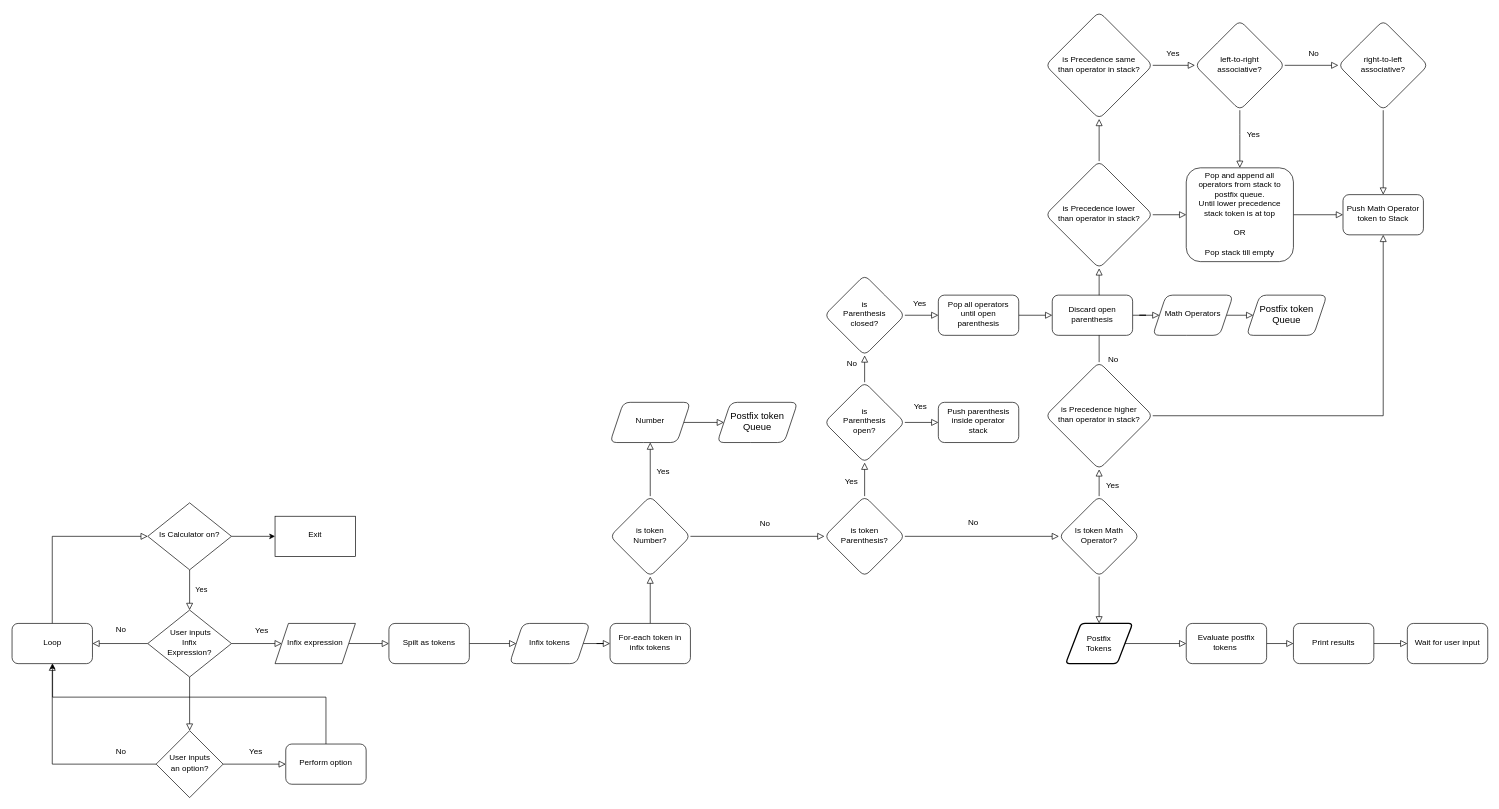
Before: flowchart.drawio in SerioDmGuy/BasicCalculator, a draw.io diagram. Source tidied: cells renumbered, new cells numbered last; positions are measured from the earlier drawing's top-left corner, leaving out a move shared by most shapes. Both pictures are drawn from the tidied source at 67%, with x=0, y=0 at pixel (12, 11).
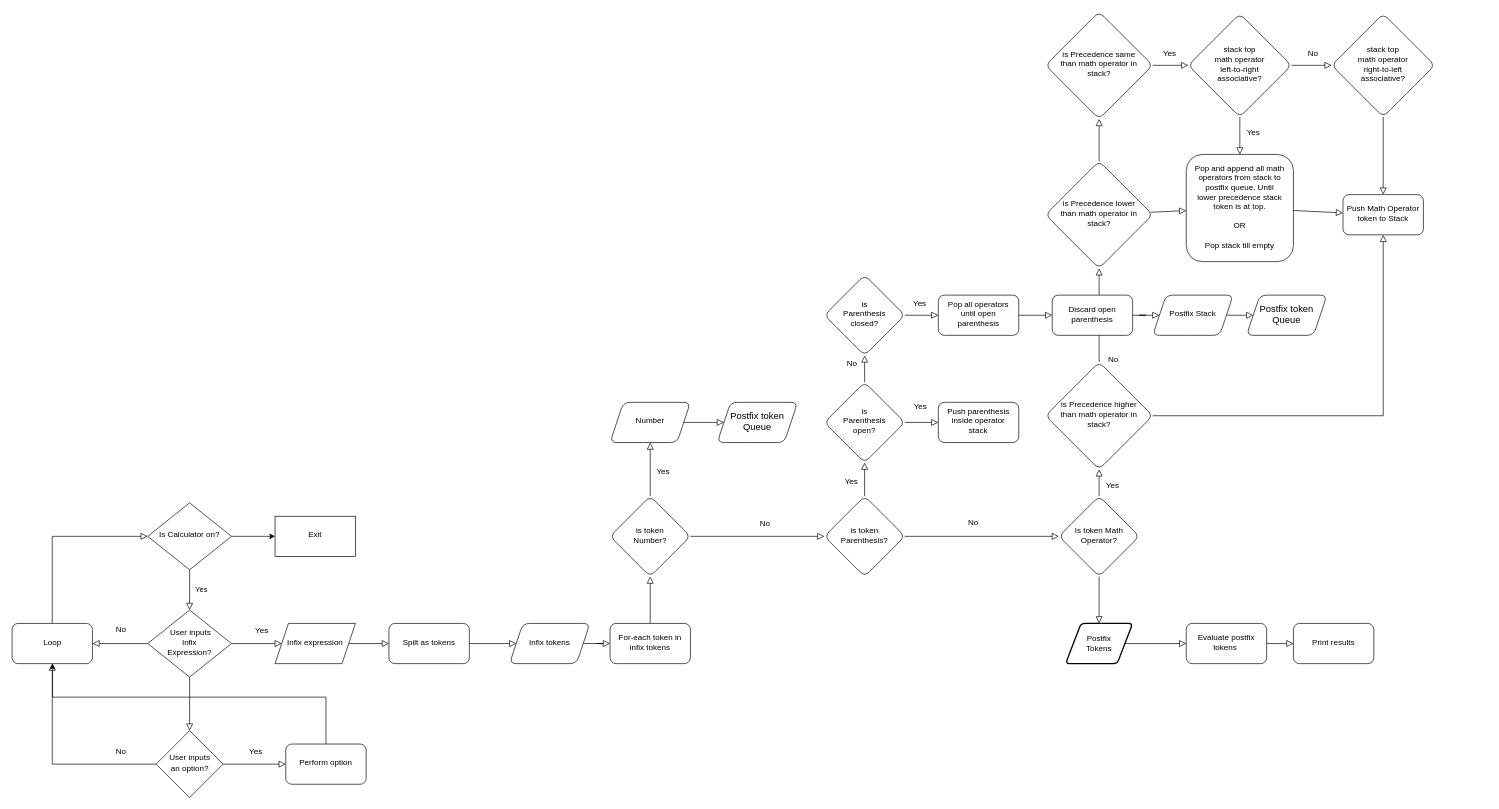
Above is the later version.

Unchanged cells that the change refers to:
```xml
<mxCell id="65" value="&lt;span&gt;Print results&lt;/span&gt;" style="rounded=1;whiteSpace=wrap;html=1;shadow=0;strokeWidth=1;spacing=6;spacingTop=-4;" parent="1" vertex="1">
  <mxGeometry x="1912" y="913" width="120" height="60" as="geometry" />
</mxCell>
```

What changed in the source:
```diff
@@
-    <mxCell id="46" value="Math Operators" style="shape=parallelogram;perimeter=parallelogramPerimeter;whiteSpace=wrap;html=1;fixedSize=1;rounded=1;shadow=0;strokeWidth=1;spacing=6;spacingTop=-4;" parent="1" vertex="1">
+    <mxCell id="46" value="Postfix Stack" style="shape=parallelogram;perimeter=parallelogramPerimeter;whiteSpace=wrap;html=1;fixedSize=1;rounded=1;shadow=0;strokeWidth=1;spacing=6;spacingTop=-4;" parent="1" vertex="1">
       <mxGeometry x="1702" y="423" width="120" height="60" as="geometry" />
     </mxCell>
@@
-    <mxCell id="57" value="is Precedence higher &lt;br&gt;than operator in stack?" style="rhombus;whiteSpace=wrap;html=1;rounded=1;shadow=0;strokeWidth=1;spacing=6;spacingTop=-4;" parent="1" vertex="1">
+    <mxCell id="57" value="is Precedence higher &lt;br&gt;than math operator in stack?" style="rhombus;whiteSpace=wrap;html=1;rounded=1;shadow=0;strokeWidth=1;spacing=6;spacingTop=-4;" parent="1" vertex="1">
       <mxGeometry x="1542" y="523" width="160" height="160" as="geometry" />
     </mxCell>
@@
-    <mxCell id="61" value="is Precedence lower&lt;br&gt;than operator in stack?" style="rhombus;whiteSpace=wrap;html=1;rounded=1;shadow=0;strokeWidth=1;spacing=6;spacingTop=-4;" parent="1" vertex="1">
+    <mxCell id="61" value="is Precedence lower&lt;br&gt;than math operator in stack?" style="rhombus;whiteSpace=wrap;html=1;rounded=1;shadow=0;strokeWidth=1;spacing=6;spacingTop=-4;" parent="1" vertex="1">
       <mxGeometry x="1542" y="223" width="160" height="160" as="geometry" />
     </mxCell>
@@
-    <mxCell id="64" style="edgeStyle=none;shape=connector;rounded=0;jettySize=auto;html=1;shadow=0;labelBackgroundColor=none;fontFamily=Helvetica;fontSize=12;fontColor=default;endArrow=block;endFill=0;endSize=8;strokeColor=default;strokeWidth=1;" parent="1" edge="1" source="65" target="71">
-      <mxGeometry relative="1" as="geometry" />
-    </mxCell>
@@
-    <mxCell id="71" value="Wait for user input" style="rounded=1;whiteSpace=wrap;html=1;shadow=0;strokeWidth=1;spacing=6;spacingTop=-4;" parent="1" vertex="1">
-      <mxGeometry x="2082" y="913" width="120" height="60" as="geometry" />
-    </mxCell>
@@
-    <mxCell id="73" value="Pop and append all operators from stack to postfix queue.&lt;br&gt;Until lower&amp;nbsp;precedence stack token is at top&lt;br&gt;&lt;br&gt;OR&lt;br&gt;&lt;br&gt;Pop stack till empty" style="whiteSpace=wrap;html=1;rounded=1;shadow=0;strokeWidth=1;spacing=6;spacingTop=-4;" parent="1" vertex="1">
-      <mxGeometry x="1752" y="233" width="160" height="140" as="geometry" />
+    <mxCell id="73" value="Pop and append all math operators from stack to postfix queue. Until lower&amp;nbsp;precedence stack token is at top.&lt;br&gt;&lt;br&gt;OR&lt;br&gt;&lt;br&gt;Pop stack till empty" style="whiteSpace=wrap;html=1;rounded=1;shadow=0;strokeWidth=1;spacing=6;spacingTop=-4;" parent="1" vertex="1">
+      <mxGeometry x="1752" y="213" width="160" height="160" as="geometry" />
     </mxCell>
@@
-    <mxCell id="76" value="is Precedence same&lt;br&gt;than operator in stack?" style="rhombus;whiteSpace=wrap;html=1;rounded=1;shadow=0;strokeWidth=1;spacing=6;spacingTop=-4;" parent="1" vertex="1">
+    <mxCell id="76" value="is Precedence same&lt;br&gt;than math operator in stack?" style="rhombus;whiteSpace=wrap;html=1;rounded=1;shadow=0;strokeWidth=1;spacing=6;spacingTop=-4;" parent="1" vertex="1">
       <mxGeometry x="1542" width="160" height="160" as="geometry" />
     </mxCell>
@@
-    <mxCell id="79" value="&lt;span&gt;left-to-right &lt;br&gt;associative?&lt;/span&gt;" style="rhombus;whiteSpace=wrap;html=1;rounded=1;shadow=0;strokeWidth=1;spacing=6;spacingTop=-4;" parent="1" vertex="1">
-      <mxGeometry x="1765" y="13" width="134" height="134" as="geometry" />
+    <mxCell id="79" value="&lt;span&gt;stack top &lt;br&gt;math operator&lt;br&gt;left-to-right &lt;br&gt;associative?&lt;/span&gt;" style="rhombus;whiteSpace=wrap;html=1;rounded=1;shadow=0;strokeWidth=1;spacing=6;spacingTop=-4;" parent="1" vertex="1">
+      <mxGeometry x="1755" y="3" width="154" height="154" as="geometry" />
     </mxCell>
@@
-    <mxCell id="81" value="&lt;span&gt;right-to-left&lt;br&gt;associative?&lt;/span&gt;" style="rhombus;whiteSpace=wrap;html=1;rounded=1;shadow=0;strokeWidth=1;spacing=6;spacingTop=-4;" parent="1" vertex="1">
-      <mxGeometry x="1979" y="13" width="134" height="134" as="geometry" />
+    <mxCell id="81" value="stack top &lt;br&gt;math operator&lt;br&gt;right-to-left&lt;br&gt;associative?" style="rhombus;whiteSpace=wrap;html=1;rounded=1;shadow=0;strokeWidth=1;spacing=6;spacingTop=-4;" parent="1" vertex="1">
+      <mxGeometry x="1969" y="3" width="154" height="154" as="geometry" />
     </mxCell>
```
